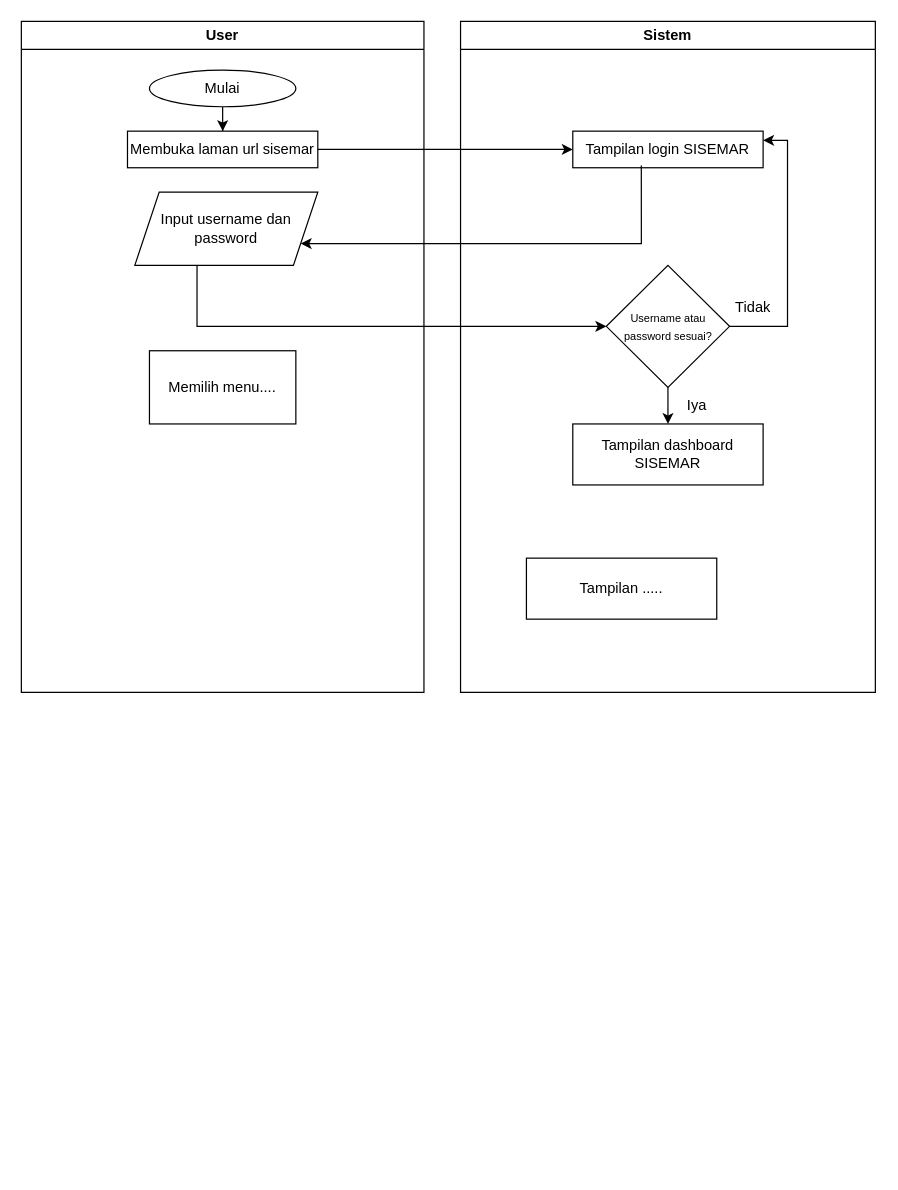
ArfiaLatifah/ArfiaLatifah keeps this draw.io diagram as Flowchart SISEMAR.drawio. Above is the earlier version. Source tidied: cells renumbered, new cells numbered last; positions are measured from the earlier drawing's top-left corner, leaving out a move shared by most shapes. Both pictures are drawn from the tidied source at 122%, with x=0, y=0 at pixel (21, 21).
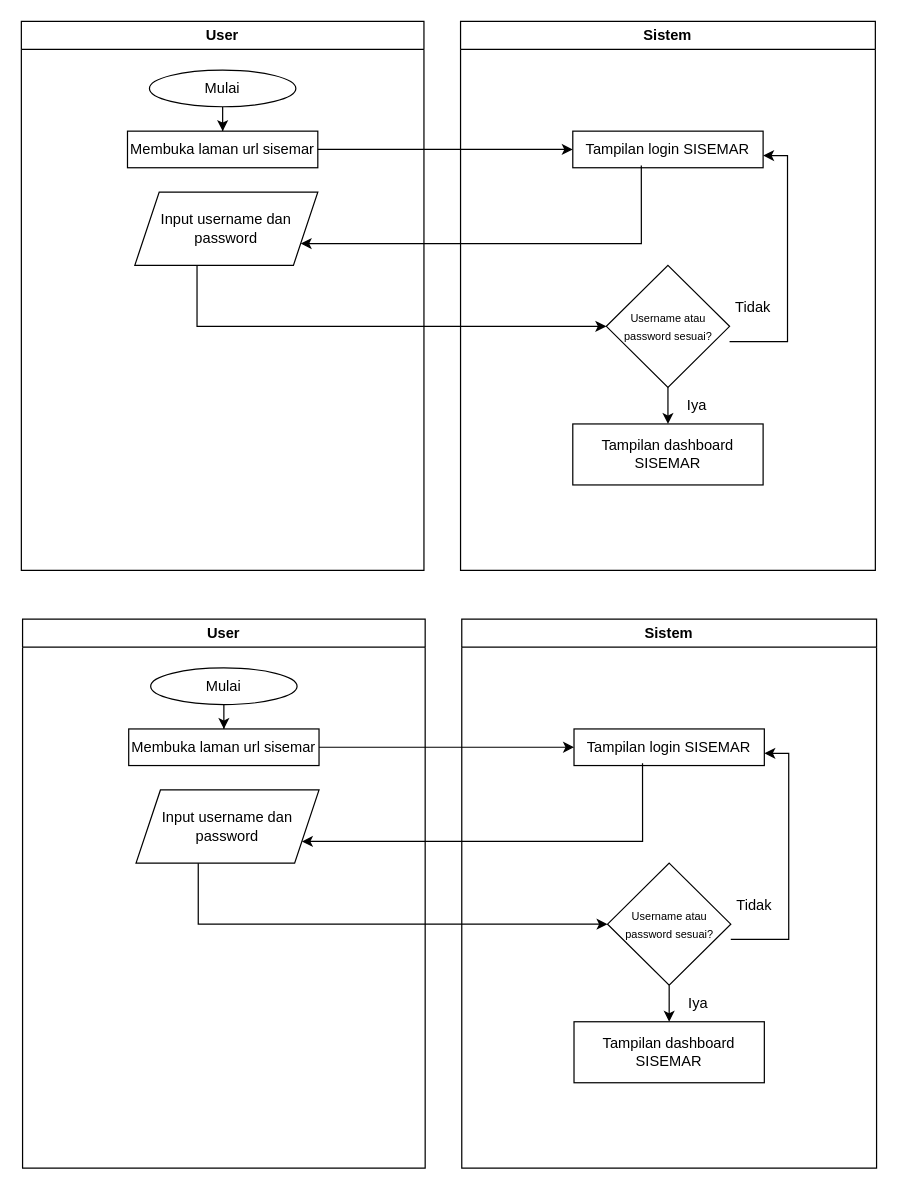
Above is the later version.

The change refers to these unchanged cells:
```xml
<mxCell id="9" value="Tampilan login SISEMAR" style="rounded=0;whiteSpace=wrap;html=1;" parent="8" vertex="1">
  <mxGeometry x="92" y="90" width="156" height="30" as="geometry" />
</mxCell>
<mxCell id="12" value="&lt;font style=&quot;font-size: 9px;&quot;&gt;Username atau password sesuai?&lt;/font&gt;" style="rhombus;whiteSpace=wrap;html=1;" parent="8" vertex="1">
  <mxGeometry x="119.5" y="200" width="101" height="100" as="geometry" />
</mxCell>
```

What changed in the source:
```diff
@@
     <mxCell id="2" value="User" style="swimlane;whiteSpace=wrap;html=1;" parent="1" vertex="1">
-      <mxGeometry width="330" height="550" as="geometry" />
+      <mxGeometry width="330" height="450" as="geometry" />
     </mxCell>
@@
-    <mxCell id="7" value="Memilih menu...." style="rounded=0;whiteSpace=wrap;html=1;" parent="2" vertex="1">
-      <mxGeometry x="105" y="270" width="120" height="60" as="geometry" />
-    </mxCell>
     <mxCell id="8" value="Sistem" style="swimlane;whiteSpace=wrap;html=1;startSize=23;" parent="1" vertex="1">
-      <mxGeometry x="360" width="340" height="550" as="geometry" />
+      <mxGeometry x="360" width="340" height="450" as="geometry" />
     </mxCell>
@@
-    <mxCell id="11" style="edgeStyle=orthogonalEdgeStyle;rounded=0;jettySize=auto;html=1;entryX=1;entryY=0.25;entryDx=0;entryDy=0;" parent="8" edge="1" source="12" target="9">
+    <mxCell id="11" style="edgeStyle=orthogonalEdgeStyle;rounded=0;orthogonalLoop=1;jettySize=auto;html=1;entryX=1;entryY=0.25;entryDx=0;entryDy=0;" parent="8" edge="1">
       <mxGeometry relative="1" as="geometry">
+        <mxPoint x="220.5" y="262.5" as="sourcePoint" />
+        <mxPoint x="248" y="110" as="targetPoint" />
         <Array as="points">
-          <mxPoint x="268" y="250" />
-          <mxPoint x="268" y="98" />
+          <mxPoint x="268" y="262.5" />
+          <mxPoint x="268" y="110.5" />
         </Array>
       </mxGeometry>
     </mxCell>
@@
-    <mxCell id="14" value="Tampilan ....." style="rounded=0;whiteSpace=wrap;html=1;" parent="8" vertex="1">
-      <mxGeometry x="54" y="440" width="156" height="50" as="geometry" />
-    </mxCell>
@@
+    <mxCell id="20" value="User" style="swimlane;whiteSpace=wrap;html=1;" parent="1" vertex="1">
+      <mxGeometry x="1" y="490" width="330" height="450" as="geometry" />
+    </mxCell>
+    <mxCell id="21" style="edgeStyle=orthogonalEdgeStyle;rounded=0;jettySize=auto;html=1;" parent="20" edge="1" source="22" target="23">
+      <mxGeometry relative="1" as="geometry" />
+    </mxCell>
+    <mxCell id="22" value="Mulai" style="ellipse;whiteSpace=wrap;html=1;" parent="20" vertex="1">
+      <mxGeometry x="105" y="40" width="120" height="30" as="geometry" />
+    </mxCell>
+    <mxCell id="23" value="Membuka laman url sisemar" style="rounded=0;whiteSpace=wrap;html=1;" parent="20" vertex="1">
+      <mxGeometry x="87" y="90" width="156" height="30" as="geometry" />
+    </mxCell>
+    <mxCell id="24" value="Input username dan password" style="shape=parallelogram;perimeter=parallelogramPerimeter;whiteSpace=wrap;html=1;fixedSize=1;" parent="20" vertex="1">
+      <mxGeometry x="93" y="140" width="150" height="60" as="geometry" />
+    </mxCell>
+    <mxCell id="25" value="Sistem" style="swimlane;whiteSpace=wrap;html=1;startSize=23;" parent="1" vertex="1">
+      <mxGeometry x="361" y="490" width="340" height="450" as="geometry" />
+    </mxCell>
+    <mxCell id="26" value="Tampilan login SISEMAR" style="rounded=0;whiteSpace=wrap;html=1;" parent="25" vertex="1">
+      <mxGeometry x="92" y="90" width="156" height="30" as="geometry" />
+    </mxCell>
+    <mxCell id="27" style="edgeStyle=orthogonalEdgeStyle;rounded=0;jettySize=auto;html=1;" parent="25" edge="1" source="29" target="30">
+      <mxGeometry relative="1" as="geometry" />
+    </mxCell>
+    <mxCell id="28" style="edgeStyle=orthogonalEdgeStyle;rounded=0;orthogonalLoop=1;jettySize=auto;html=1;entryX=1;entryY=0.25;entryDx=0;entryDy=0;" parent="25" edge="1">
+      <mxGeometry relative="1" as="geometry">
+        <mxPoint x="220.5" y="262.5" as="sourcePoint" />
+        <mxPoint x="248" y="110" as="targetPoint" />
+        <Array as="points">
+          <mxPoint x="268" y="262.5" />
+          <mxPoint x="268" y="110.5" />
+        </Array>
+      </mxGeometry>
+    </mxCell>
+    <mxCell id="29" value="&lt;font style=&quot;font-size: 9px;&quot;&gt;Username atau password sesuai?&lt;/font&gt;" style="rhombus;whiteSpace=wrap;html=1;" parent="25" vertex="1">
+      <mxGeometry x="119.5" y="200" width="101" height="100" as="geometry" />
+    </mxCell>
+    <mxCell id="30" value="Tampilan dashboard SISEMAR" style="rounded=0;whiteSpace=wrap;html=1;" parent="25" vertex="1">
+      <mxGeometry x="92" y="330" width="156" height="50" as="geometry" />
+    </mxCell>
+    <mxCell id="31" value="Iya" style="text;html=1;align=center;verticalAlign=middle;whiteSpace=wrap;rounded=0;" parent="25" vertex="1">
+      <mxGeometry x="164" y="300" width="60" height="30" as="geometry" />
+    </mxCell>
+    <mxCell id="32" value="Tidak" style="text;html=1;align=center;verticalAlign=middle;whiteSpace=wrap;rounded=0;" parent="25" vertex="1">
+      <mxGeometry x="210" y="220" width="60" height="30" as="geometry" />
+    </mxCell>
+    <mxCell id="33" style="edgeStyle=orthogonalEdgeStyle;rounded=0;jettySize=auto;html=1;" parent="1" edge="1" source="23" target="26">
+      <mxGeometry relative="1" as="geometry" />
+    </mxCell>
+    <mxCell id="34" style="edgeStyle=orthogonalEdgeStyle;rounded=0;jettySize=auto;html=1;entryX=1;entryY=0.75;entryDx=0;entryDy=0;exitX=0.36;exitY=0.939;exitDx=0;exitDy=0;exitPerimeter=0;" parent="1" edge="1" source="26" target="24">
+      <mxGeometry relative="1" as="geometry">
+        <Array as="points">
+          <mxPoint x="509" y="672" />
+        </Array>
+      </mxGeometry>
+    </mxCell>
+    <mxCell id="35" style="edgeStyle=orthogonalEdgeStyle;rounded=0;jettySize=auto;html=1;entryX=0;entryY=0.5;entryDx=0;entryDy=0;" parent="1" edge="1" source="24" target="29">
+      <mxGeometry relative="1" as="geometry">
+        <Array as="points">
+          <mxPoint x="145" y="740" />
+        </Array>
+      </mxGeometry>
+    </mxCell>
```
